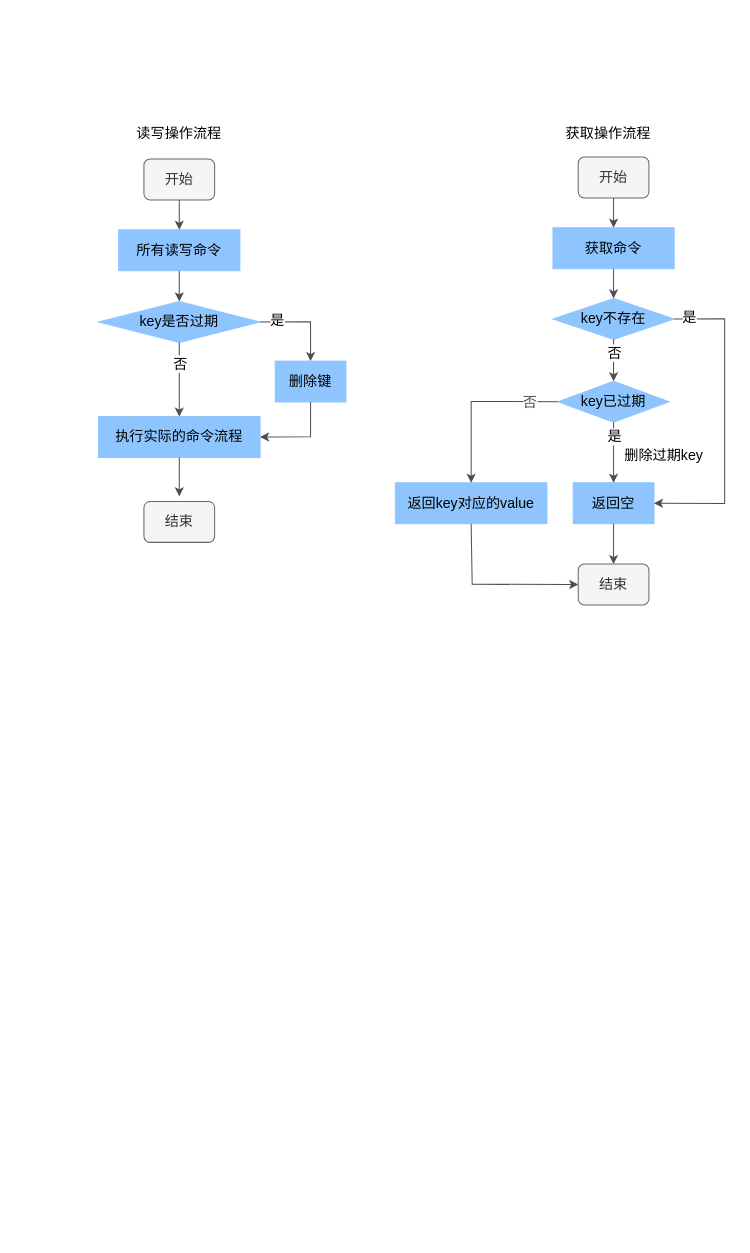
This is page "redis过期/淘汰策略" (7 of 8) of Redis/Redis.drawio from zhangyuying-cn/images, a draw.io file, before an edit. Source tidied: cells renumbered, new cells numbered last; positions are measured from the earlier drawing's top-left corner, leaving out a move shared by most shapes. Both pictures are drawn from the tidied source at 101%, with x=0, y=0 at pixel (98, 118).
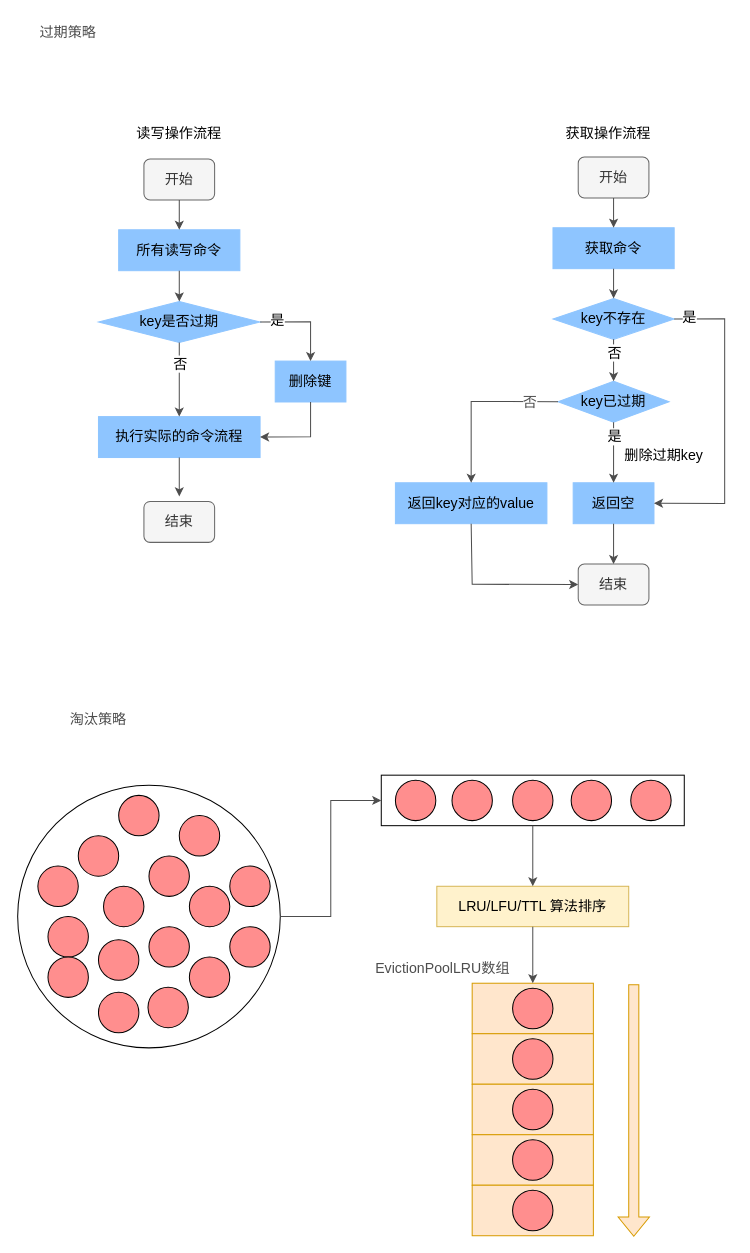
The same diagram, later.

Commit message (it also covers changes not shown here):
淘汰策略随机采样

Diff of the diagram source:
```diff
@@
+    <mxCell id="38" style="rounded=0;whiteSpace=wrap;html=1;fontFamily=Helvetica;fontSize=14;strokeWidth=1;fillColor=#ffe6cc;strokeColor=#d79b00;" parent="1" vertex="1">
+      <mxGeometry x="370" y="856" width="120" height="50" as="geometry" />
+    </mxCell>
@@
+    <mxCell id="39" value="过期策略" style="text;html=1;strokeColor=none;fillColor=none;align=center;verticalAlign=middle;whiteSpace=wrap;rounded=0;fontFamily=Helvetica;fontSize=14;fontColor=#4D4D4D;" parent="1" vertex="1">
+      <mxGeometry x="-60" y="-100" width="60" height="30" as="geometry" />
+    </mxCell>
+    <mxCell id="40" value="淘汰策略" style="text;html=1;strokeColor=none;fillColor=none;align=center;verticalAlign=middle;whiteSpace=wrap;rounded=0;fontFamily=Helvetica;fontSize=14;fontColor=#4D4D4D;" parent="1" vertex="1">
+      <mxGeometry x="-30" y="580" width="60" height="30" as="geometry" />
+    </mxCell>
+    <mxCell id="41" style="ellipse;whiteSpace=wrap;html=1;rounded=0;fontFamily=Helvetica;fontSize=14;strokeWidth=1;" parent="1" vertex="1">
+      <mxGeometry x="-80" y="660" width="260" height="260" as="geometry" />
+    </mxCell>
+    <mxCell id="42" style="rounded=0;whiteSpace=wrap;html=1;fontFamily=Helvetica;fontSize=14;strokeWidth=1;" parent="1" vertex="1">
+      <mxGeometry x="280" y="650" width="300" height="50" as="geometry" />
+    </mxCell>
+    <mxCell id="43" style="ellipse;whiteSpace=wrap;html=1;rounded=0;fontFamily=Helvetica;fontSize=14;strokeWidth=1;fillColor=#FF8E8E;" parent="1" vertex="1">
+      <mxGeometry x="294" y="655" width="40" height="40" as="geometry" />
+    </mxCell>
+    <mxCell id="44" style="ellipse;whiteSpace=wrap;html=1;rounded=0;fontFamily=Helvetica;fontSize=14;strokeWidth=1;fillColor=#FF8E8E;" parent="1" vertex="1">
+      <mxGeometry x="350" y="655" width="40" height="40" as="geometry" />
+    </mxCell>
+    <mxCell id="45" style="ellipse;whiteSpace=wrap;html=1;rounded=0;fontFamily=Helvetica;fontSize=14;strokeWidth=1;fillColor=#FF8E8E;" parent="1" vertex="1">
+      <mxGeometry x="410" y="655" width="40" height="40" as="geometry" />
+    </mxCell>
+    <mxCell id="46" style="ellipse;whiteSpace=wrap;html=1;rounded=0;fontFamily=Helvetica;fontSize=14;strokeWidth=1;fillColor=#FF8E8E;" parent="1" vertex="1">
+      <mxGeometry x="468" y="655" width="40" height="40" as="geometry" />
+    </mxCell>
+    <mxCell id="47" style="ellipse;whiteSpace=wrap;html=1;rounded=0;fontFamily=Helvetica;fontSize=14;strokeWidth=1;fillColor=#FF8E8E;" parent="1" vertex="1">
+      <mxGeometry x="527" y="655" width="40" height="40" as="geometry" />
+    </mxCell>
+    <mxCell id="48" value="LRU/LFU/TTL 算法排序" style="rounded=0;whiteSpace=wrap;html=1;fontFamily=Helvetica;fontSize=14;strokeWidth=1;fillColor=#fff2cc;strokeColor=#d6b656;" parent="1" vertex="1">
+      <mxGeometry x="335" y="760" width="190" height="40" as="geometry" />
+    </mxCell>
+    <mxCell id="49" style="ellipse;whiteSpace=wrap;html=1;rounded=0;fontFamily=Helvetica;fontSize=14;strokeWidth=1;flipV=1;flipH=1;fillColor=#FF8E8E;" parent="1" vertex="1">
+      <mxGeometry x="410" y="861" width="40" height="40" as="geometry" />
+    </mxCell>
+    <mxCell id="50" style="rounded=0;whiteSpace=wrap;html=1;fontFamily=Helvetica;fontSize=14;strokeWidth=1;fillColor=#ffe6cc;strokeColor=#d79b00;" parent="1" vertex="1">
+      <mxGeometry x="370" y="906" width="120" height="50" as="geometry" />
+    </mxCell>
+    <mxCell id="51" style="ellipse;whiteSpace=wrap;html=1;rounded=0;fontFamily=Helvetica;fontSize=14;strokeWidth=1;flipV=1;flipH=1;fillColor=#FF8E8E;" parent="1" vertex="1">
+      <mxGeometry x="410" y="911" width="40" height="40" as="geometry" />
+    </mxCell>
+    <mxCell id="52" style="rounded=0;whiteSpace=wrap;html=1;fontFamily=Helvetica;fontSize=14;strokeWidth=1;fillColor=#ffe6cc;strokeColor=#d79b00;" parent="1" vertex="1">
+      <mxGeometry x="370" y="956" width="120" height="50" as="geometry" />
+    </mxCell>
+    <mxCell id="53" style="ellipse;whiteSpace=wrap;html=1;rounded=0;fontFamily=Helvetica;fontSize=14;strokeWidth=1;flipV=1;flipH=1;fillColor=#FF8E8E;" parent="1" vertex="1">
+      <mxGeometry x="410" y="961" width="40" height="40" as="geometry" />
+    </mxCell>
+    <mxCell id="54" style="rounded=0;whiteSpace=wrap;html=1;fontFamily=Helvetica;fontSize=14;strokeWidth=1;fillColor=#ffe6cc;strokeColor=#d79b00;" parent="1" vertex="1">
+      <mxGeometry x="370" y="1006" width="120" height="50" as="geometry" />
+    </mxCell>
+    <mxCell id="55" style="ellipse;whiteSpace=wrap;html=1;rounded=0;fontFamily=Helvetica;fontSize=14;strokeWidth=1;flipV=1;flipH=1;fillColor=#FF8E8E;" parent="1" vertex="1">
+      <mxGeometry x="410" y="1011" width="40" height="40" as="geometry" />
+    </mxCell>
+    <mxCell id="56" style="rounded=0;whiteSpace=wrap;html=1;fontFamily=Helvetica;fontSize=14;strokeWidth=1;fillColor=#ffe6cc;strokeColor=#d79b00;" parent="1" vertex="1">
+      <mxGeometry x="370" y="1056" width="120" height="50" as="geometry" />
+    </mxCell>
+    <mxCell id="57" style="ellipse;whiteSpace=wrap;html=1;rounded=0;fontFamily=Helvetica;fontSize=14;strokeWidth=1;flipV=1;flipH=1;fillColor=#FF8E8E;" parent="1" vertex="1">
+      <mxGeometry x="410" y="1061" width="40" height="40" as="geometry" />
+    </mxCell>
+    <mxCell id="58" style="ellipse;whiteSpace=wrap;html=1;rounded=0;fontFamily=Helvetica;fontSize=14;strokeWidth=1;fillColor=#FF8E8E;" parent="1" vertex="1">
+      <mxGeometry x="-20" y="710" width="40" height="40" as="geometry" />
+    </mxCell>
+    <mxCell id="59" style="ellipse;whiteSpace=wrap;html=1;rounded=0;fontFamily=Helvetica;fontSize=14;strokeWidth=1;fillColor=#FF8E8E;strokeColor=#000000;" parent="1" vertex="1">
+      <mxGeometry x="20" y="670" width="40" height="40" as="geometry" />
+    </mxCell>
+    <mxCell id="60" style="ellipse;whiteSpace=wrap;html=1;rounded=0;fontFamily=Helvetica;fontSize=14;strokeWidth=1;fillColor=#FF8E8E;" parent="1" vertex="1">
+      <mxGeometry x="50" y="730" width="40" height="40" as="geometry" />
+    </mxCell>
+    <mxCell id="61" style="ellipse;whiteSpace=wrap;html=1;rounded=0;fontFamily=Helvetica;fontSize=14;strokeWidth=1;fillColor=#FF8E8E;" parent="1" vertex="1">
+      <mxGeometry x="5" y="760" width="40" height="40" as="geometry" />
+    </mxCell>
+    <mxCell id="62" style="ellipse;whiteSpace=wrap;html=1;rounded=0;fontFamily=Helvetica;fontSize=14;strokeWidth=1;fillColor=#FF8E8E;" parent="1" vertex="1">
+      <mxGeometry x="90" y="760" width="40" height="40" as="geometry" />
+    </mxCell>
+    <mxCell id="63" style="ellipse;whiteSpace=wrap;html=1;rounded=0;fontFamily=Helvetica;fontSize=14;strokeWidth=1;fillColor=#FF8E8E;" parent="1" vertex="1">
+      <mxGeometry x="90" y="830" width="40" height="40" as="geometry" />
+    </mxCell>
+    <mxCell id="64" style="ellipse;whiteSpace=wrap;html=1;rounded=0;fontFamily=Helvetica;fontSize=14;strokeWidth=1;fillColor=#FF8E8E;" parent="1" vertex="1">
+      <mxGeometry x="80" y="690" width="40" height="40" as="geometry" />
+    </mxCell>
+    <mxCell id="65" style="ellipse;whiteSpace=wrap;html=1;rounded=0;fontFamily=Helvetica;fontSize=14;strokeWidth=1;fillColor=#FF8E8E;" parent="1" vertex="1">
+      <mxGeometry x="130" y="740" width="40" height="40" as="geometry" />
+    </mxCell>
+    <mxCell id="66" style="ellipse;whiteSpace=wrap;html=1;rounded=0;fontFamily=Helvetica;fontSize=14;strokeWidth=1;fillColor=#FF8E8E;" parent="1" vertex="1">
+      <mxGeometry y="813" width="40" height="40" as="geometry" />
+    </mxCell>
+    <mxCell id="67" style="ellipse;whiteSpace=wrap;html=1;rounded=0;fontFamily=Helvetica;fontSize=14;strokeWidth=1;fillColor=#FF8E8E;" parent="1" vertex="1">
+      <mxGeometry x="-50" y="790" width="40" height="40" as="geometry" />
+    </mxCell>
+    <mxCell id="68" style="ellipse;whiteSpace=wrap;html=1;rounded=0;fontFamily=Helvetica;fontSize=14;strokeWidth=1;fillColor=#FF8E8E;" parent="1" vertex="1">
+      <mxGeometry x="-60" y="740" width="40" height="40" as="geometry" />
+    </mxCell>
+    <mxCell id="69" style="ellipse;whiteSpace=wrap;html=1;rounded=0;fontFamily=Helvetica;fontSize=14;strokeWidth=1;fillColor=#FF8E8E;" parent="1" vertex="1">
+      <mxGeometry x="130" y="800" width="40" height="40" as="geometry" />
+    </mxCell>
+    <mxCell id="70" style="ellipse;whiteSpace=wrap;html=1;rounded=0;fontFamily=Helvetica;fontSize=14;strokeWidth=1;fillColor=#FF8E8E;" parent="1" vertex="1">
+      <mxGeometry x="50" y="800" width="40" height="40" as="geometry" />
+    </mxCell>
+    <mxCell id="71" style="ellipse;whiteSpace=wrap;html=1;rounded=0;fontFamily=Helvetica;fontSize=14;strokeWidth=1;fillColor=#FF8E8E;" parent="1" vertex="1">
+      <mxGeometry x="-50" y="830" width="40" height="40" as="geometry" />
+    </mxCell>
+    <mxCell id="72" style="ellipse;whiteSpace=wrap;html=1;rounded=0;fontFamily=Helvetica;fontSize=14;strokeWidth=1;fillColor=#FF8E8E;" parent="1" vertex="1">
+      <mxGeometry y="865" width="40" height="40" as="geometry" />
+    </mxCell>
+    <mxCell id="73" style="ellipse;whiteSpace=wrap;html=1;rounded=0;fontFamily=Helvetica;fontSize=14;strokeWidth=1;fillColor=#FF8E8E;" parent="1" vertex="1">
+      <mxGeometry x="49" y="860" width="40" height="40" as="geometry" />
+    </mxCell>
+    <mxCell id="74" style="endArrow=classic;html=1;rounded=0;labelBackgroundColor=#FFFFFF;fontFamily=Helvetica;fontSize=14;fontColor=#4D4D4D;strokeColor=#4D4D4D;fillColor=#B3B3B3;exitX=1;exitY=0.5;exitDx=0;exitDy=0;entryX=0;entryY=0.5;entryDx=0;entryDy=0;" parent="1" edge="1" source="41" target="42">
+      <mxGeometry relative="1" as="geometry">
+        <Array as="points">
+          <mxPoint x="230" y="790" />
+          <mxPoint x="230" y="675" />
+        </Array>
+      </mxGeometry>
+    </mxCell>
+    <mxCell id="75" style="endArrow=classic;html=1;rounded=0;labelBackgroundColor=#FFFFFF;fontFamily=Helvetica;fontSize=14;fontColor=#4D4D4D;strokeColor=#4D4D4D;fillColor=#B3B3B3;exitX=0.5;exitY=1;exitDx=0;exitDy=0;" parent="1" edge="1" source="42" target="48">
+      <mxGeometry relative="1" as="geometry" />
+    </mxCell>
+    <mxCell id="76" style="endArrow=classic;html=1;rounded=0;labelBackgroundColor=#FFFFFF;fontFamily=Helvetica;fontSize=14;fontColor=#4D4D4D;strokeColor=#4D4D4D;fillColor=#B3B3B3;exitX=0.5;exitY=1;exitDx=0;exitDy=0;entryX=0.5;entryY=0;entryDx=0;entryDy=0;" parent="1" edge="1" source="48" target="38">
+      <mxGeometry relative="1" as="geometry" />
+    </mxCell>
+    <mxCell id="77" value="EvictionPoolLRU数组" style="text;html=1;strokeColor=none;fillColor=none;align=center;verticalAlign=middle;whiteSpace=wrap;rounded=0;fontFamily=Helvetica;fontSize=14;fontColor=#4D4D4D;" parent="1" vertex="1">
+      <mxGeometry x="261" y="826" width="160" height="30" as="geometry" />
+    </mxCell>
+    <mxCell id="78" style="shape=flexArrow;endArrow=classic;html=1;rounded=0;labelBackgroundColor=#FFFFFF;fontFamily=Helvetica;fontSize=14;fontColor=#4D4D4D;strokeColor=#d79b00;fillColor=#ffe6cc;" parent="1" edge="1">
+      <mxGeometry relative="1" as="geometry">
+        <mxPoint x="530" y="857" as="sourcePoint" />
+        <mxPoint x="530" y="1107" as="targetPoint" />
+      </mxGeometry>
+    </mxCell>
```
